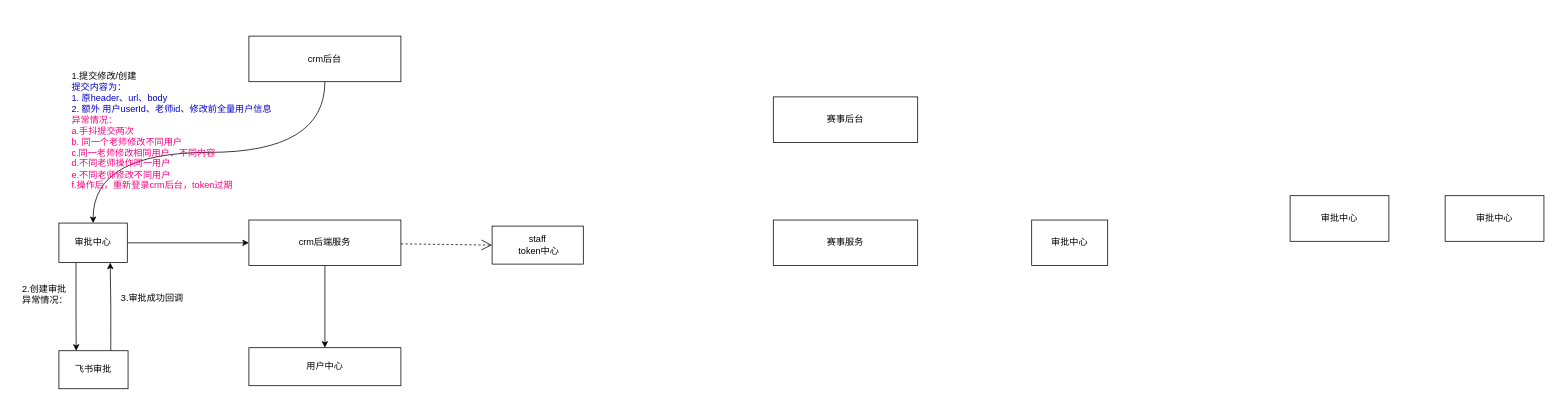
This is 审批.drawio from xiell2016/hetaoDesign, a draw.io file, before an edit. Source tidied: cells renumbered, new cells numbered last; positions are measured from the earlier drawing's top-left corner, leaving out a move shared by most shapes. Both pictures are drawn from the tidied source at 76%, with x=0, y=0 at pixel (21, 36).
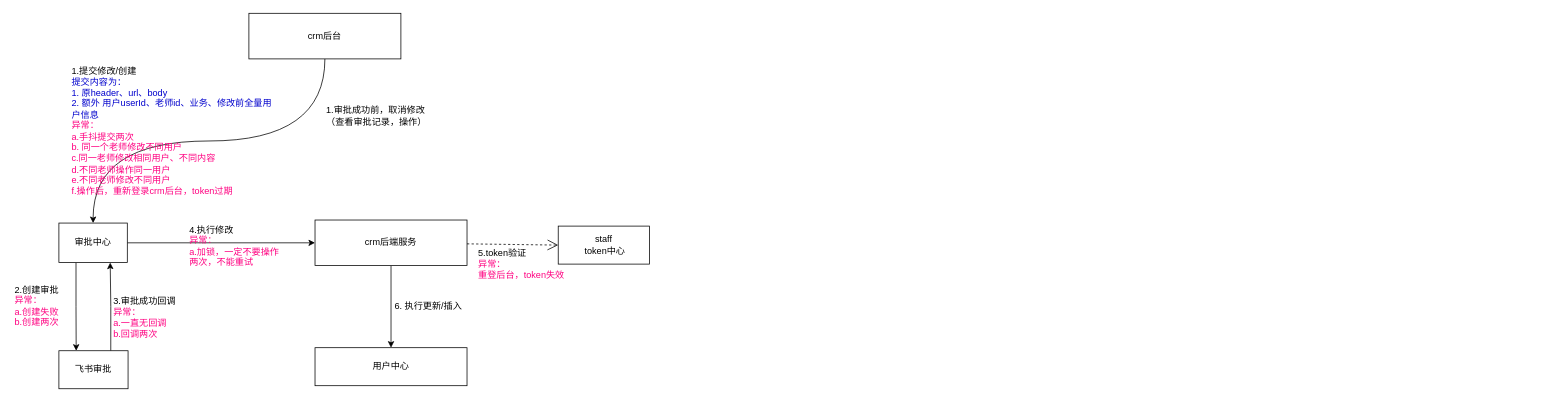
The same page after the edit.

Diff of the diagram source:
```diff
@@
     <mxCell id="3" value="crm后台" style="rounded=0;whiteSpace=wrap;html=1;" parent="1" vertex="1">
-      <mxGeometry x="300" width="200" height="60" as="geometry" />
+      <mxGeometry x="300" y="-30" width="200" height="60" as="geometry" />
     </mxCell>
-    <mxCell id="4" value="赛事后台" style="rounded=0;whiteSpace=wrap;html=1;" parent="1" vertex="1">
-      <mxGeometry x="990" y="80" width="190" height="60" as="geometry" />
-    </mxCell>
@@
     <mxCell id="9" value="crm后端服务" style="rounded=0;whiteSpace=wrap;html=1;" parent="1" vertex="1">
-      <mxGeometry x="300" y="242" width="200" height="60" as="geometry" />
+      <mxGeometry x="387" y="242" width="200" height="60" as="geometry" />
     </mxCell>
     <mxCell id="10" value="用户中心" style="rounded=0;whiteSpace=wrap;html=1;" parent="1" vertex="1">
-      <mxGeometry x="300" y="410" width="200" height="50" as="geometry" />
+      <mxGeometry x="387" y="410" width="200" height="50" as="geometry" />
     </mxCell>
-    <mxCell id="11" value="赛事服务" style="rounded=0;whiteSpace=wrap;html=1;" parent="1" vertex="1">
-      <mxGeometry x="990" y="242" width="190" height="60" as="geometry" />
-    </mxCell>
     <mxCell id="12" value="staff&lt;br&gt;&amp;nbsp;token中心" style="rounded=0;whiteSpace=wrap;html=1;" parent="1" vertex="1">
-      <mxGeometry x="620" y="250" width="120" height="50" as="geometry" />
+      <mxGeometry x="707" y="250" width="120" height="50" as="geometry" />
     </mxCell>
-    <mxCell id="13" value="审批中心" style="rounded=0;whiteSpace=wrap;html=1;" parent="1" vertex="1">
-      <mxGeometry x="1330" y="242" width="100" height="60" as="geometry" />
-    </mxCell>
-    <mxCell id="14" value="审批中心" style="rounded=0;whiteSpace=wrap;html=1;" parent="1" vertex="1">
-      <mxGeometry x="1670" y="210" width="130" height="60" as="geometry" />
-    </mxCell>
-    <mxCell id="15" value="审批中心" style="rounded=0;whiteSpace=wrap;html=1;" parent="1" vertex="1">
-      <mxGeometry x="1874" y="210" width="130" height="60" as="geometry" />
-    </mxCell>
-    <mxCell id="16" value="1.提交修改/创建&lt;br&gt;&lt;font color=&quot;#0000cc&quot;&gt;提交内容为：&lt;br style=&quot;border-color: var(--border-color);&quot;&gt;1. 原header、url、body&lt;br style=&quot;border-color: var(--border-color);&quot;&gt;2. 额外 用户userId、老师id、修改前全量用户信息&lt;br&gt;&lt;/font&gt;&lt;font color=&quot;#ff0080&quot;&gt;异常情况：&lt;br&gt;a.手抖提交两次&lt;br&gt;b.&amp;nbsp;同一个老师修改不同用户&lt;br&gt;c.同一老师修改相同用户、不同内容&lt;br&gt;d.不同老师操作同一用户&lt;br&gt;e.不同老师修改不同用户&lt;br&gt;f.操作后，重新登录crm后台，token过期&lt;/font&gt;" style="text;html=1;strokeColor=none;fillColor=none;align=left;verticalAlign=middle;whiteSpace=wrap;rounded=0;" parent="1" vertex="1">
+    <mxCell id="16" value="1.提交修改/创建&lt;br&gt;&lt;font color=&quot;#0000cc&quot;&gt;提交内容为：&lt;br style=&quot;border-color: var(--border-color);&quot;&gt;1. 原header、url、body&lt;br style=&quot;border-color: var(--border-color);&quot;&gt;2. 额外 用户userId、老师id、业务、修改前全量用户信息&lt;br&gt;&lt;/font&gt;&lt;font color=&quot;#ff0080&quot;&gt;异常：&lt;br&gt;a.手抖提交两次&lt;br&gt;b.&amp;nbsp;同一个老师修改不同用户&lt;br&gt;c.同一老师修改相同用户、不同内容&lt;br&gt;d.不同老师操作同一用户&lt;br&gt;e.不同老师修改不同用户&lt;br&gt;f.操作后，重新登录crm后台，token过期&lt;/font&gt;" style="text;html=1;strokeColor=none;fillColor=none;align=left;verticalAlign=middle;whiteSpace=wrap;rounded=0;" parent="1" vertex="1">
       <mxGeometry x="65" y="40" width="275" height="170" as="geometry" />
     </mxCell>
@@
-    <mxCell id="20" value="2.创建审批&lt;br&gt;异常情况：" style="text;html=1;strokeColor=none;fillColor=none;align=left;verticalAlign=middle;whiteSpace=wrap;rounded=0;" parent="1" vertex="1">
-      <mxGeometry y="310" width="80" height="60" as="geometry" />
+    <mxCell id="20" value="2.创建审批&lt;br&gt;&lt;font color=&quot;#ff0080&quot;&gt;异常：&lt;br&gt;a.创建失败&lt;br&gt;b.创建两次&lt;/font&gt;" style="text;html=1;strokeColor=none;fillColor=none;align=left;verticalAlign=middle;whiteSpace=wrap;rounded=0;" parent="1" vertex="1">
+      <mxGeometry x="-10" y="320" width="100" height="70" as="geometry" />
     </mxCell>
-    <mxCell id="21" value="3.审批成功回调" style="text;html=1;strokeColor=none;fillColor=none;align=left;verticalAlign=middle;whiteSpace=wrap;rounded=0;" parent="1" vertex="1">
-      <mxGeometry x="130" y="330" width="90" height="30" as="geometry" />
+    <mxCell id="21" value="3.审批成功回调&lt;br&gt;&lt;font color=&quot;#ff0080&quot;&gt;异常：&lt;br&gt;a.一直无回调&lt;br&gt;b.回调两次&lt;/font&gt;" style="text;html=1;strokeColor=none;fillColor=none;align=left;verticalAlign=middle;whiteSpace=wrap;rounded=0;" parent="1" vertex="1">
+      <mxGeometry x="120" y="340" width="90" height="60" as="geometry" />
     </mxCell>
-    <mxCell id="22" value="&lt;font color=&quot;#990000&quot;&gt;&lt;br&gt;&lt;/font&gt;" style="text;html=1;strokeColor=none;fillColor=none;align=left;verticalAlign=middle;whiteSpace=wrap;rounded=0;" parent="1" vertex="1">
-      <mxGeometry x="550" y="40" width="200" height="100" as="geometry" />
-    </mxCell>
+    <mxCell id="23" value="1.审批成功前，取消修改&lt;br&gt;（查看审批记录，操作）" style="text;html=1;strokeColor=none;fillColor=none;align=left;verticalAlign=middle;whiteSpace=wrap;rounded=0;" parent="1" vertex="1">
+      <mxGeometry x="400" y="80" width="150" height="50" as="geometry" />
+    </mxCell>
+    <mxCell id="24" value="4.执行修改&lt;br&gt;&lt;font color=&quot;#ff0080&quot;&gt;异常：&lt;br&gt;a.加锁，一定不要操作两次，不能重试&lt;/font&gt;" style="text;html=1;strokeColor=none;fillColor=none;align=left;verticalAlign=middle;whiteSpace=wrap;rounded=0;" parent="1" vertex="1">
+      <mxGeometry x="220" y="246" width="120" height="60" as="geometry" />
+    </mxCell>
+    <mxCell id="25" value="5.token验证&lt;br&gt;&lt;font color=&quot;#ff0080&quot;&gt;异常：&lt;br&gt;重登后台，token失效&lt;br&gt;&lt;/font&gt;" style="text;html=1;strokeColor=none;fillColor=none;align=left;verticalAlign=middle;whiteSpace=wrap;rounded=0;" parent="1" vertex="1">
+      <mxGeometry x="600" y="270" width="120" height="60" as="geometry" />
+    </mxCell>
+    <mxCell id="26" value="6. 执行更新/插入&lt;font color=&quot;#ff0080&quot;&gt;&lt;br&gt;&lt;/font&gt;" style="text;html=1;strokeColor=none;fillColor=none;align=left;verticalAlign=middle;whiteSpace=wrap;rounded=0;" parent="1" vertex="1">
+      <mxGeometry x="490" y="325" width="120" height="60" as="geometry" />
+    </mxCell>
```
